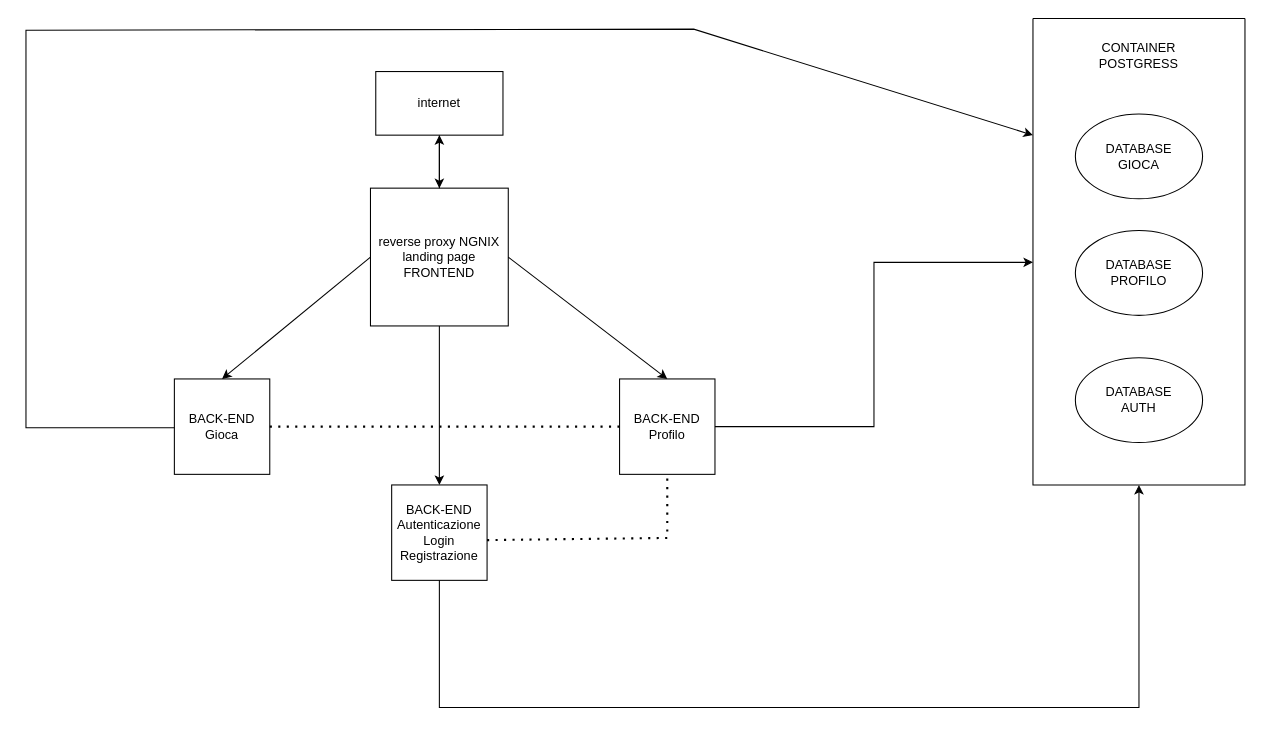
Earlier version of the draw.io diagram Flow-Chart.drawio (redei-ma/ft_transcendence). Source tidied: cells renumbered, new cells numbered last; positions are measured from the earlier drawing's top-left corner, leaving out a move shared by most shapes. Both pictures are drawn from the tidied source at 106%, with x=0, y=0 at pixel (25, 18).
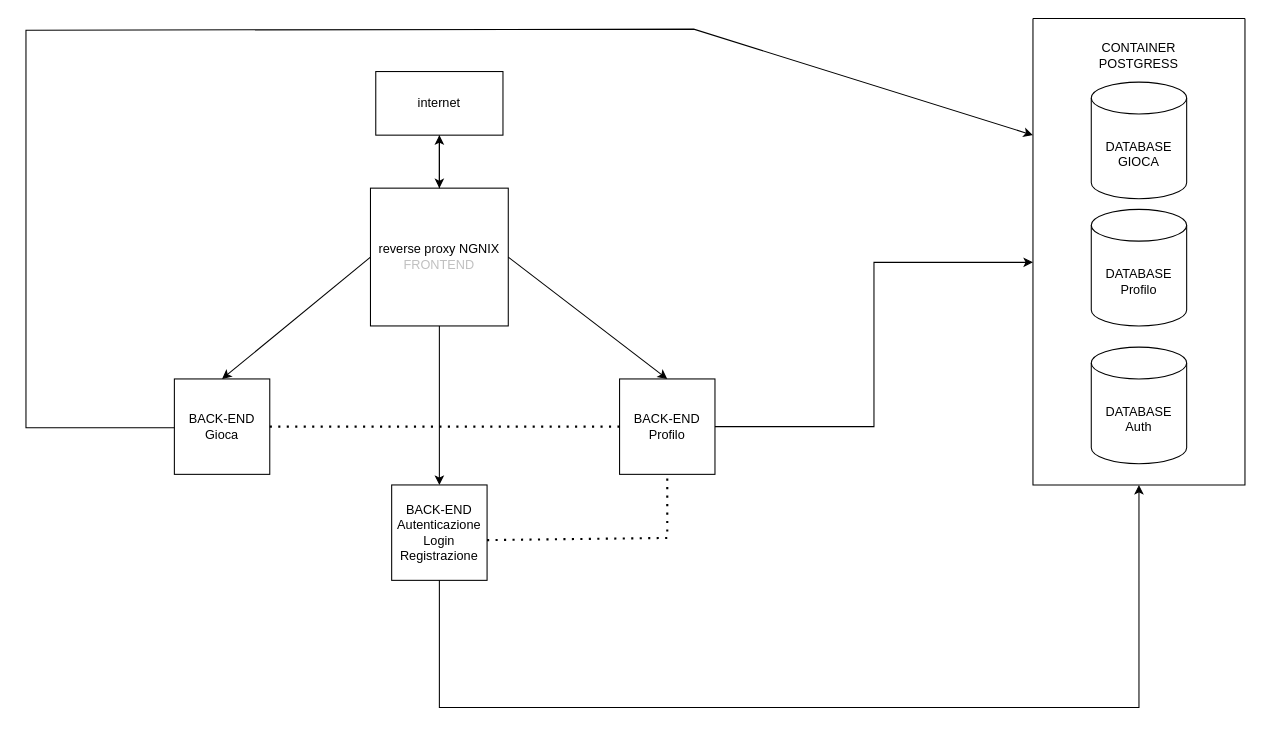
The same page after the edit.

Commit message (it also covers changes not shown here):
flow-chart

Unchanged cells that the change refers to:
```xml
<mxCell id="14" style="swimlane;startSize=0;" parent="1" vertex="1">
  <mxGeometry x="950" width="200" height="440" as="geometry" />
</mxCell>
```

Change to the diagram source:
```diff
@@
-    <mxCell id="2" value="reverse proxy NGNIX&lt;div&gt;landing page&lt;/div&gt;&lt;div&gt;FRONTEND&lt;/div&gt;" style="whiteSpace=wrap;html=1;" parent="1" vertex="1">
+    <mxCell id="2" value="reverse proxy NGNIX&lt;div&gt;&lt;span style=&quot;background-color: transparent;&quot;&gt;&lt;font style=&quot;color: light-dark(rgb(192, 192, 192), rgb(255, 255, 255));&quot;&gt;FRONTEND&lt;/font&gt;&lt;/span&gt;&lt;/div&gt;" style="whiteSpace=wrap;html=1;" parent="1" vertex="1">
       <mxGeometry x="325" y="160" width="130" height="130" as="geometry" />
     </mxCell>
@@
-    <mxCell id="16" value="DATABASE&lt;br&gt;GIOCA" style="ellipse;whiteSpace=wrap;html=1;" parent="14" vertex="1">
-      <mxGeometry x="40" y="90" width="120" height="80" as="geometry" />
+    <mxCell id="16" value="&lt;span style=&quot;color: rgb(0, 0, 0);&quot;&gt;DATABASE&lt;/span&gt;&lt;br style=&quot;color: rgb(63, 63, 63); scrollbar-color: rgb(226, 226, 226) rgb(251, 251, 251);&quot;&gt;&lt;span style=&quot;color: rgb(0, 0, 0);&quot;&gt;GIOCA&lt;/span&gt;" style="shape=cylinder3;whiteSpace=wrap;html=1;boundedLbl=1;backgroundOutline=1;size=15;" parent="14" vertex="1">
+      <mxGeometry x="55" y="60" width="90" height="110" as="geometry" />
     </mxCell>
-    <mxCell id="17" value="DATABASE&lt;div&gt;PROFILO&lt;/div&gt;" style="ellipse;whiteSpace=wrap;html=1;" parent="14" vertex="1">
-      <mxGeometry x="40" y="200" width="120" height="80" as="geometry" />
-    </mxCell>
-    <mxCell id="18" value="DATABASE&lt;div&gt;AUTH&lt;/div&gt;" style="ellipse;whiteSpace=wrap;html=1;" parent="14" vertex="1">
-      <mxGeometry x="40" y="320" width="120" height="80" as="geometry" />
-    </mxCell>
+    <mxCell id="24" value="&lt;span style=&quot;color: rgb(0, 0, 0);&quot;&gt;DATABASE&lt;/span&gt;&lt;br style=&quot;color: rgb(63, 63, 63); scrollbar-color: rgb(226, 226, 226) rgb(251, 251, 251);&quot;&gt;&lt;span style=&quot;color: rgb(0, 0, 0);&quot;&gt;Profilo&lt;/span&gt;" style="shape=cylinder3;whiteSpace=wrap;html=1;boundedLbl=1;backgroundOutline=1;size=15;" parent="14" vertex="1">
+      <mxGeometry x="55" y="180" width="90" height="110" as="geometry" />
+    </mxCell>
+    <mxCell id="25" value="&lt;span style=&quot;color: rgb(0, 0, 0);&quot;&gt;DATABASE&lt;/span&gt;&lt;br style=&quot;color: rgb(63, 63, 63); scrollbar-color: rgb(226, 226, 226) rgb(251, 251, 251);&quot;&gt;&lt;span style=&quot;color: rgb(0, 0, 0);&quot;&gt;Auth&lt;/span&gt;" style="shape=cylinder3;whiteSpace=wrap;html=1;boundedLbl=1;backgroundOutline=1;size=15;" parent="14" vertex="1">
+      <mxGeometry x="55" y="310" width="90" height="110" as="geometry" />
+    </mxCell>
```
